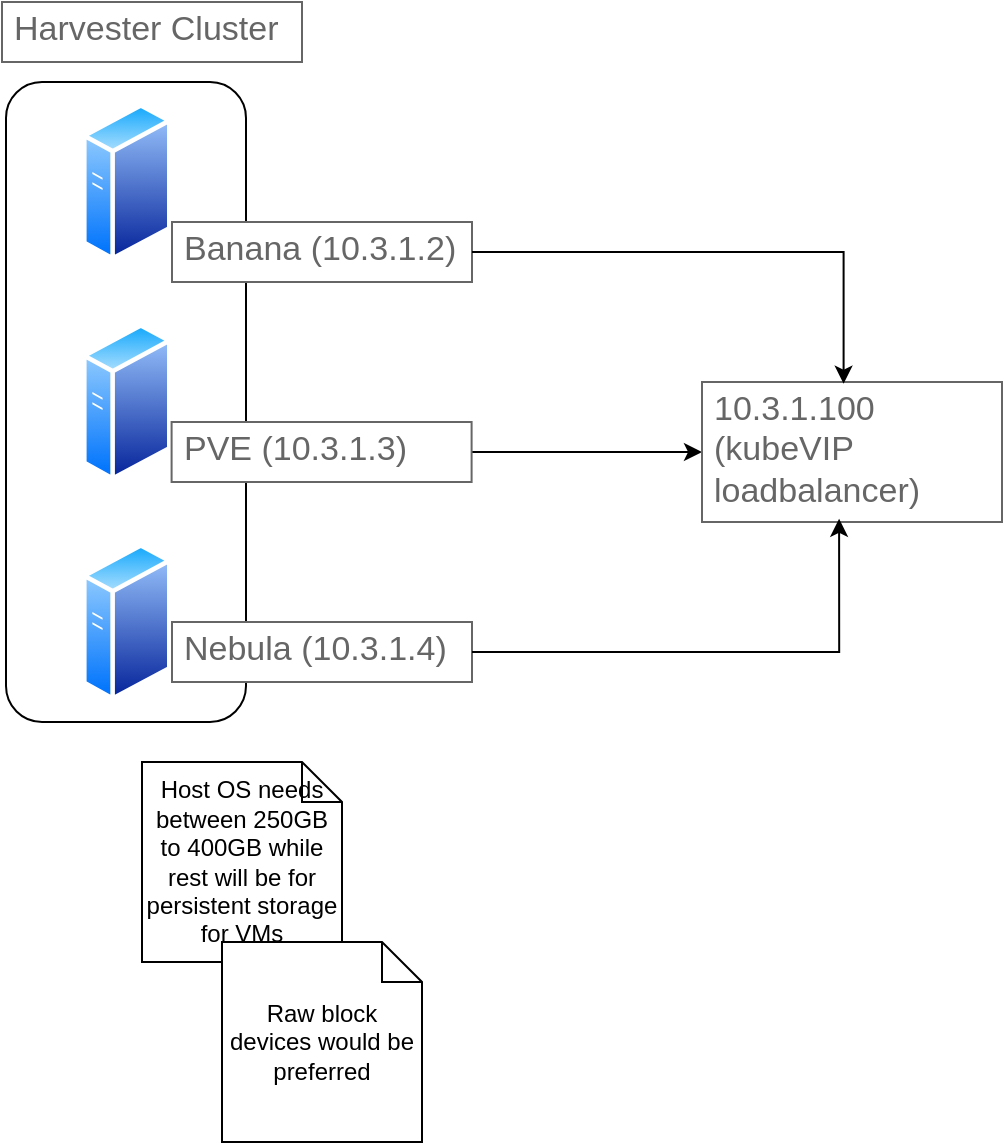
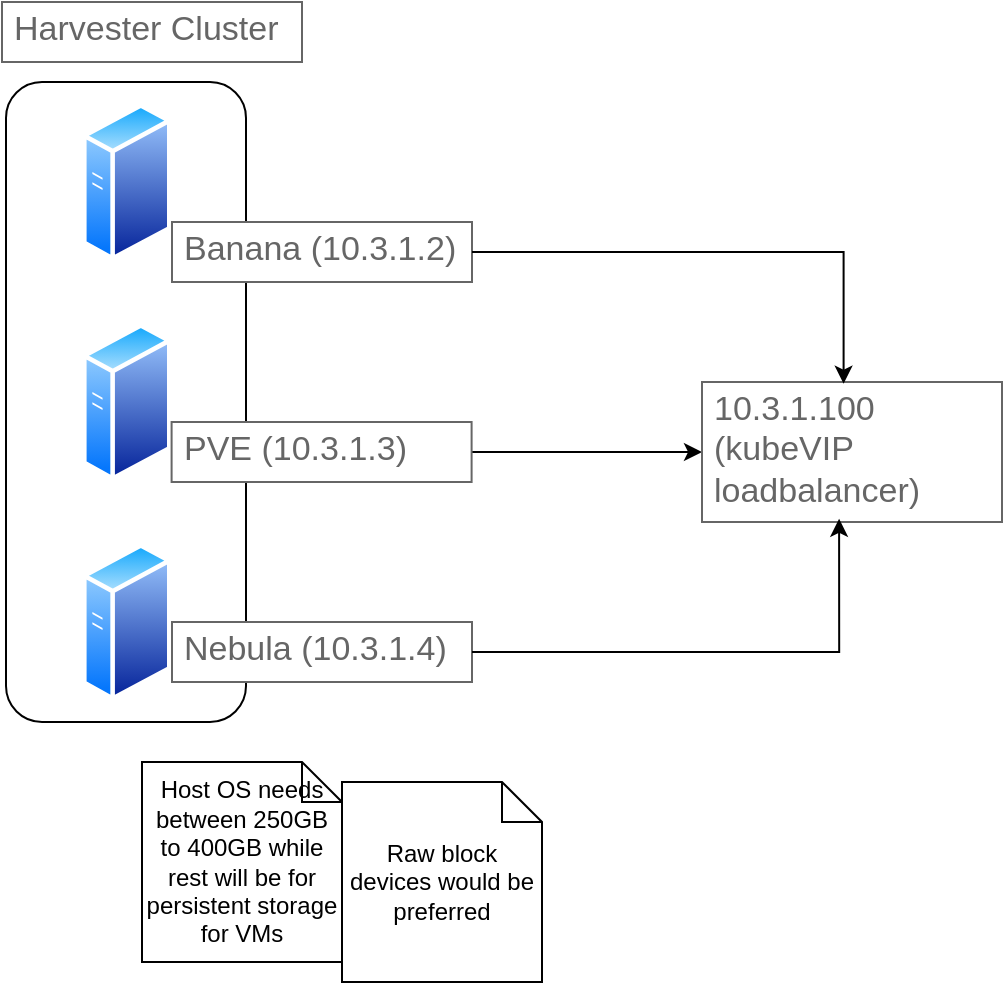
<mxfile host="Electron">
  <diagram name="Page-1" id="Kn0JVwPC0gS_tc5ynARX">
-     <mxGraphModel dx="664" dy="829" grid="1" gridSize="10" guides="1" tooltips="1" connect="1" arrows="1" fold="1" page="1" pageScale="1" pageWidth="850" pageHeight="1100" math="0" shadow="0">
+     <mxGraphModel dx="1370" dy="829" grid="1" gridSize="10" guides="1" tooltips="1" connect="1" arrows="1" fold="1" page="1" pageScale="1" pageWidth="850" pageHeight="1100" math="0" shadow="0">
      <root>
        <mxCell id="0" />
        <mxCell id="1" parent="0" />
        <mxCell id="My-YMjVvDLraQC3a7s5A-1" parent="1" style="image;aspect=fixed;perimeter=ellipsePerimeter;html=1;align=center;shadow=0;dashed=0;spacingTop=3;image=img/lib/active_directory/generic_server.svg;" value="" vertex="1">
          <mxGeometry height="80" width="44.8" x="90" y="140" as="geometry" />
        </mxCell>
        <mxCell id="My-YMjVvDLraQC3a7s5A-3" parent="1" style="image;aspect=fixed;perimeter=ellipsePerimeter;html=1;align=center;shadow=0;dashed=0;spacingTop=3;image=img/lib/active_directory/generic_server.svg;" value="" vertex="1">
          <mxGeometry height="80" width="44.8" x="90" y="250" as="geometry" />
        </mxCell>
        <mxCell id="My-YMjVvDLraQC3a7s5A-4" parent="1" style="image;aspect=fixed;perimeter=ellipsePerimeter;html=1;align=center;shadow=0;dashed=0;spacingTop=3;image=img/lib/active_directory/generic_server.svg;" value="" vertex="1">
          <mxGeometry height="80" width="44.8" x="90" y="360" as="geometry" />
        </mxCell>
        <mxCell id="My-YMjVvDLraQC3a7s5A-5" parent="1" style="rounded=1;whiteSpace=wrap;html=1;fillColor=none;" value="" vertex="1">
          <mxGeometry height="320" width="120" x="52" y="130" as="geometry" />
        </mxCell>
        <mxCell id="My-YMjVvDLraQC3a7s5A-6" parent="1" style="strokeWidth=1;shadow=0;dashed=0;align=center;html=1;shape=mxgraph.mockup.text.textBox;fontColor=#666666;align=left;fontSize=17;spacingLeft=4;spacingTop=-3;whiteSpace=wrap;strokeColor=#666666;mainText=" value="Harvester Cluster" vertex="1">
          <mxGeometry height="30" width="150" x="50" y="90" as="geometry" />
        </mxCell>
        <mxCell id="My-YMjVvDLraQC3a7s5A-7" parent="1" style="strokeWidth=1;shadow=0;dashed=0;align=center;html=1;shape=mxgraph.mockup.text.textBox;fontColor=#666666;align=left;fontSize=17;spacingLeft=4;spacingTop=-3;whiteSpace=wrap;strokeColor=#666666;mainText=" value="Banana (10.3.1.2)" vertex="1">
          <mxGeometry height="30" width="150" x="135" y="200" as="geometry" />
        </mxCell>
        <mxCell id="My-YMjVvDLraQC3a7s5A-11" edge="1" parent="1" source="My-YMjVvDLraQC3a7s5A-8" style="edgeStyle=orthogonalEdgeStyle;rounded=0;orthogonalLoop=1;jettySize=auto;html=1;" target="My-YMjVvDLraQC3a7s5A-10">
          <mxGeometry relative="1" as="geometry" />
        </mxCell>
        <mxCell id="My-YMjVvDLraQC3a7s5A-8" parent="1" style="strokeWidth=1;shadow=0;dashed=0;align=center;html=1;shape=mxgraph.mockup.text.textBox;fontColor=#666666;align=left;fontSize=17;spacingLeft=4;spacingTop=-3;whiteSpace=wrap;strokeColor=#666666;mainText=" value="PVE (10.3.1.3)" vertex="1">
          <mxGeometry height="30" width="150" x="134.8" y="300" as="geometry" />
        </mxCell>
        <mxCell id="My-YMjVvDLraQC3a7s5A-9" parent="1" style="strokeWidth=1;shadow=0;dashed=0;align=center;html=1;shape=mxgraph.mockup.text.textBox;fontColor=#666666;align=left;fontSize=17;spacingLeft=4;spacingTop=-3;whiteSpace=wrap;strokeColor=#666666;mainText=" value="Nebula (10.3.1.4)" vertex="1">
          <mxGeometry height="30" width="150" x="135" y="400" as="geometry" />
        </mxCell>
        <mxCell id="My-YMjVvDLraQC3a7s5A-10" parent="1" style="strokeWidth=1;shadow=0;dashed=0;align=center;html=1;shape=mxgraph.mockup.text.textBox;fontColor=#666666;align=left;fontSize=17;spacingLeft=4;spacingTop=-3;whiteSpace=wrap;strokeColor=#666666;mainText=" value="10.3.1.100 (kubeVIP loadbalancer)" vertex="1">
          <mxGeometry height="70" width="150" x="400" y="280" as="geometry" />
        </mxCell>
        <mxCell id="My-YMjVvDLraQC3a7s5A-12" edge="1" parent="1" source="My-YMjVvDLraQC3a7s5A-7" style="edgeStyle=orthogonalEdgeStyle;rounded=0;orthogonalLoop=1;jettySize=auto;html=1;entryX=0.472;entryY=0.012;entryDx=0;entryDy=0;entryPerimeter=0;" target="My-YMjVvDLraQC3a7s5A-10">
          <mxGeometry relative="1" as="geometry" />
        </mxCell>
        <mxCell id="My-YMjVvDLraQC3a7s5A-13" edge="1" parent="1" source="My-YMjVvDLraQC3a7s5A-9" style="edgeStyle=orthogonalEdgeStyle;rounded=0;orthogonalLoop=1;jettySize=auto;html=1;entryX=0.457;entryY=0.977;entryDx=0;entryDy=0;entryPerimeter=0;" target="My-YMjVvDLraQC3a7s5A-10">
          <mxGeometry relative="1" as="geometry" />
        </mxCell>
        <mxCell id="My-YMjVvDLraQC3a7s5A-20" parent="1" style="shape=note;size=20;whiteSpace=wrap;html=1;" value="Host OS needs between 250GB to 400GB while rest will be for persistent storage for VMs" vertex="1">
          <mxGeometry height="100" width="100" x="120" y="470" as="geometry" />
        </mxCell>
        <mxCell id="My-YMjVvDLraQC3a7s5A-21" parent="1" style="shape=note;size=20;whiteSpace=wrap;html=1;" value="Raw block devices would be preferred" vertex="1">
-           <mxGeometry height="100" width="100" x="160" y="560" as="geometry" />
+           <mxGeometry height="100" width="100" x="220" y="480" as="geometry" />
        </mxCell>
      </root>
    </mxGraphModel>
  </diagram>
</mxfile>
